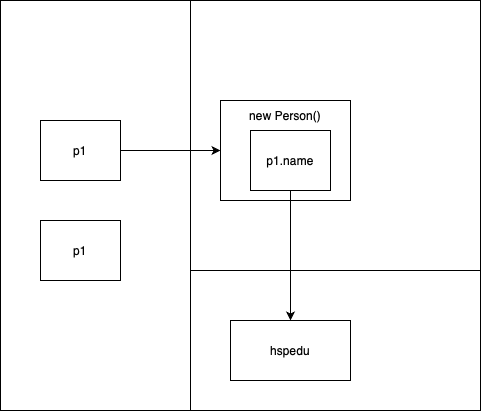
Before: drawio/White.png, a diagram exported from draw.io (Stolorzs/Picgo). Source tidied: cells renumbered, new cells last; positions are measured from the earlier drawing's top-left corner, leaving out a move shared by most shapes.
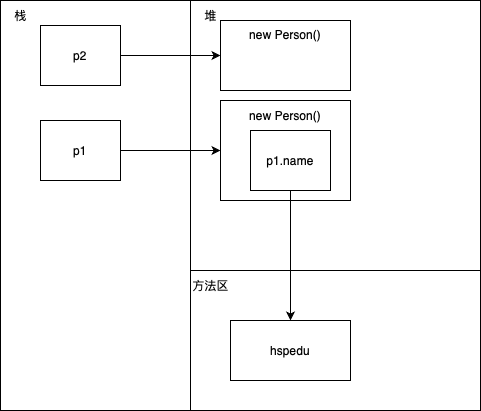
After the change.

Change to the diagram source:
```diff
@@ -29,8 +29,23 @@
     <mxCell id="10" value="p1.name" style="rounded=0;whiteSpace=wrap;html=1;" parent="1" vertex="1">
       <mxGeometry x="250" y="130" width="80" height="60" as="geometry" />
     </mxCell>
+    <mxCell id="12" style="edgeStyle=orthogonalEdgeStyle;rounded=0;jettySize=auto;html=1;" parent="1" edge="1" source="11" target="13">
+      <mxGeometry relative="1" as="geometry" />
+    </mxCell>
-    <mxCell id="11" value="p1" style="rounded=0;whiteSpace=wrap;html=1;" parent="1" vertex="1">
-      <mxGeometry x="40" y="220" width="80" height="60" as="geometry" />
+    <mxCell id="11" value="p2" style="rounded=0;whiteSpace=wrap;html=1;" parent="1" vertex="1">
+      <mxGeometry x="40" y="25" width="80" height="60" as="geometry" />
     </mxCell>
+    <mxCell id="13" value="new Person()&lt;div&gt;&lt;br&gt;&lt;/div&gt;&lt;div&gt;&lt;br&gt;&lt;/div&gt;&lt;div&gt;&lt;br&gt;&lt;/div&gt;" style="whiteSpace=wrap;html=1;" parent="1" vertex="1">
+      <mxGeometry x="220" y="20" width="130" height="70" as="geometry" />
+    </mxCell>
+    <mxCell id="14" value="栈" style="text;html=1;align=center;verticalAlign=middle;strokeColor=none;fillColor=none;" parent="1" vertex="1">
+      <mxGeometry width="40" height="30" as="geometry" />
+    </mxCell>
+    <mxCell id="15" value="堆" style="text;html=1;align=center;verticalAlign=middle;strokeColor=none;fillColor=none;" parent="1" vertex="1">
+      <mxGeometry x="190" width="40" height="30" as="geometry" />
+    </mxCell>
+    <mxCell id="16" value="方法区" style="text;html=1;align=center;verticalAlign=middle;strokeColor=none;fillColor=none;" parent="1" vertex="1">
+      <mxGeometry x="180" y="270" width="60" height="30" as="geometry" />
+    </mxCell>
   </root>
 </mxGraphModel>
```
